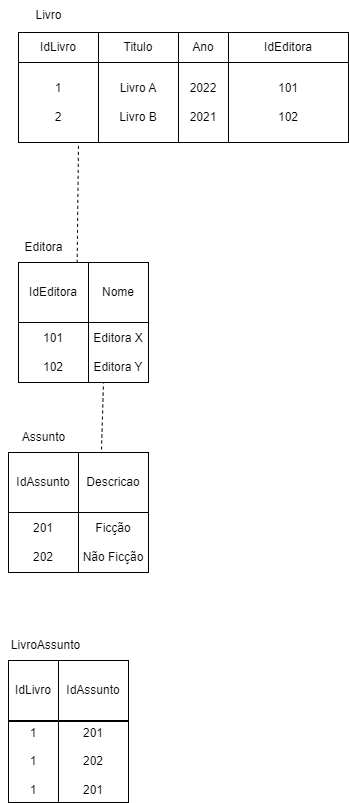
Above: Diagrama sem nome.drawio.png in IgorAraujo07/Ifood (draw.io), before the change. Source tidied: cells renumbered, new cells last; positions are measured from the earlier drawing's top-left corner, leaving out a move shared by most shapes.
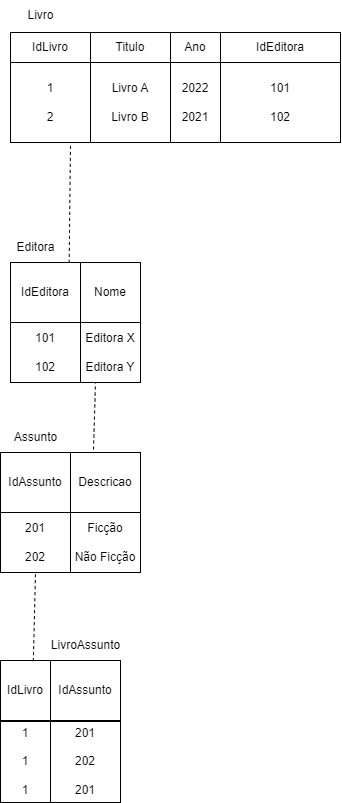
After the commit.

The edit, as a diff of the source:
```diff
@@ -73,7 +73,7 @@
       <mxGeometry x="8" y="660" width="50" height="60" as="geometry" />
     </mxCell>
     <mxCell id="24" value="LivroAssunto" style="text;html=1;align=center;verticalAlign=middle;strokeColor=none;fillColor=none;" parent="1" vertex="1">
-      <mxGeometry y="630" width="90" height="30" as="geometry" />
+      <mxGeometry x="48" y="630" width="90" height="30" as="geometry" />
     </mxCell>
     <mxCell id="25" value="IdAssunto" style="rounded=0;whiteSpace=wrap;html=1;" parent="1" vertex="1">
       <mxGeometry x="58" y="660" width="70" height="60" as="geometry" />
@@ -84,5 +84,8 @@
     <mxCell id="27" value="201&lt;div&gt;&lt;br&gt;&lt;/div&gt;&lt;div&gt;202&lt;/div&gt;&lt;div&gt;&lt;br&gt;&lt;/div&gt;&lt;div&gt;201&lt;/div&gt;" style="rounded=0;whiteSpace=wrap;html=1;" parent="1" vertex="1">
       <mxGeometry x="58" y="721" width="70" height="81" as="geometry" />
     </mxCell>
+    <mxCell id="28" style="endArrow=none;dashed=1;html=1;rounded=0;entryX=0.5;entryY=1;entryDx=0;entryDy=0;exitX=0.657;exitY=0.011;exitDx=0;exitDy=0;exitPerimeter=0;" parent="1" edge="1" source="23" target="21">
+      <mxGeometry relative="1" as="geometry" />
+    </mxCell>
   </root>
 </mxGraphModel>
```
